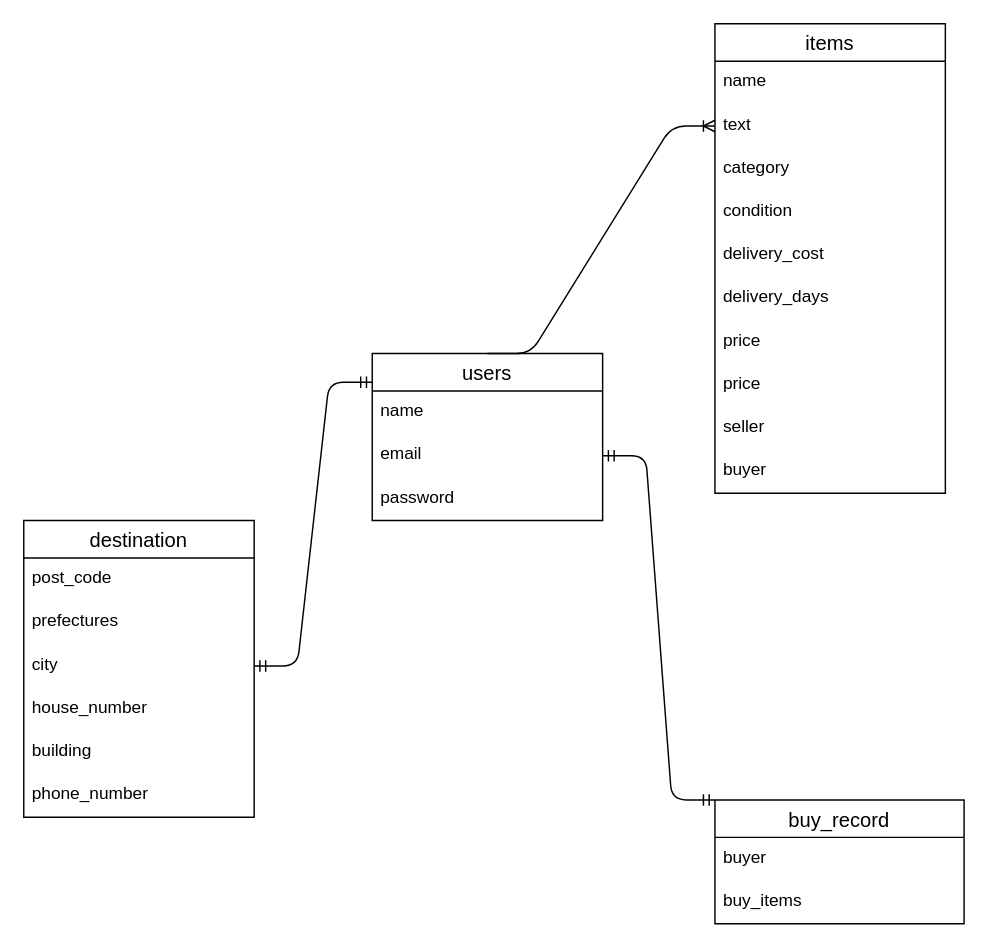
Before: test.dio in 7yugatateno1/furima-32171, a draw.io diagram. Source tidied: cells renumbered, new cells numbered last; positions are measured from the earlier drawing's top-left corner, leaving out a move shared by most shapes. Both pictures are drawn from the tidied source at 144%, with x=0, y=0 at pixel (23, 23).
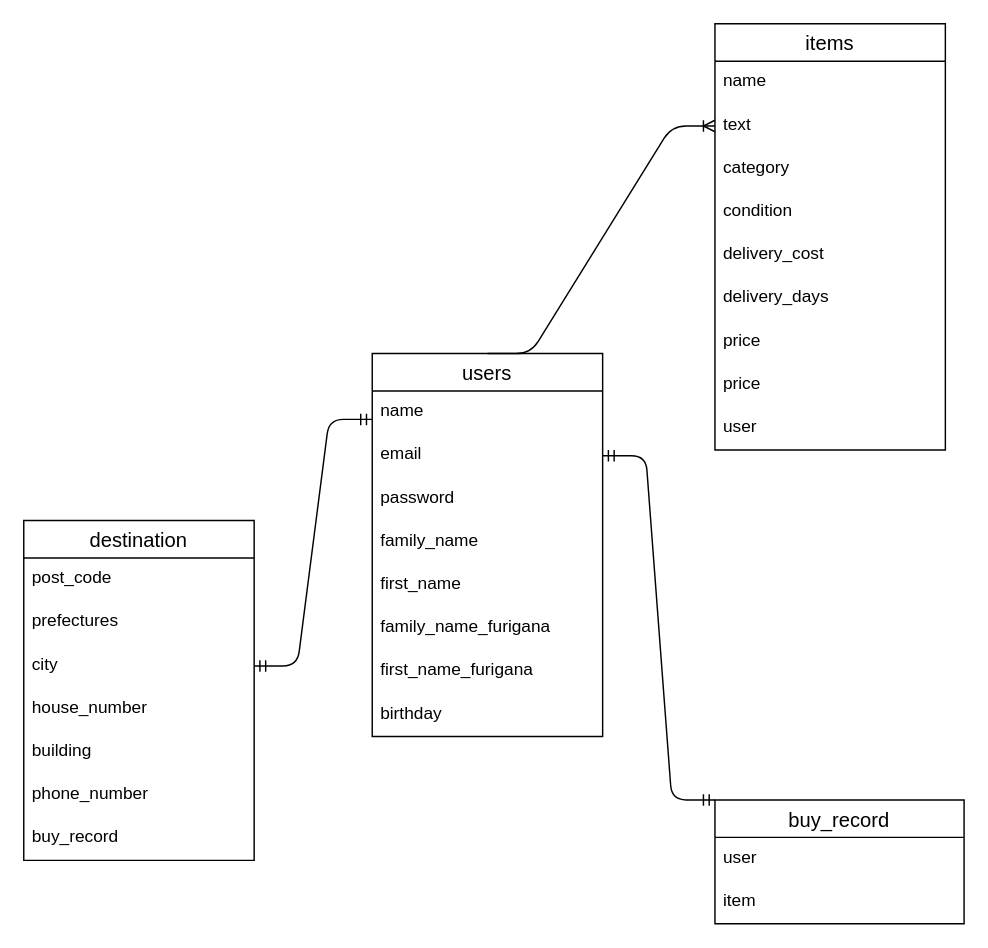
The same diagram, later.

Commit message (it also covers changes not shown here):
テーブル設計修正

The change refers to these unchanged cells:
```xml
<mxCell id="17" value="buy_record" style="swimlane;fontStyle=0;horizontal=1;startSize=26;align=center;fontSize=14;" parent="1" vertex="1">
  <mxGeometry x="480" y="539" width="173" height="86" as="geometry" />
</mxCell>
```

What changed in the source:
```diff
@@
     <mxCell id="2" value="users" style="swimlane;fontStyle=0;horizontal=1;startSize=26;align=center;fontSize=14;" parent="1" vertex="1">
-      <mxGeometry x="242" y="229" width="160" height="116" as="geometry" />
+      <mxGeometry x="242" y="229" width="160" height="266" as="geometry" />
     </mxCell>
@@
+    <mxCell id="30" value="family_name" style="text;strokeColor=none;fillColor=none;spacingLeft=4;spacingRight=4;overflow=hidden;fontSize=12;" parent="2" vertex="1">
+      <mxGeometry y="116" width="160" height="30" as="geometry" />
+    </mxCell>
+    <mxCell id="31" value="first_name" style="text;strokeColor=none;fillColor=none;spacingLeft=4;spacingRight=4;overflow=hidden;fontSize=12;" parent="2" vertex="1">
+      <mxGeometry y="146" width="160" height="30" as="geometry" />
+    </mxCell>
+    <mxCell id="32" value="family_name_furigana" style="text;strokeColor=none;fillColor=none;spacingLeft=4;spacingRight=4;overflow=hidden;fontSize=12;" parent="2" vertex="1">
+      <mxGeometry y="176" width="160" height="30" as="geometry" />
+    </mxCell>
+    <mxCell id="33" value="first_name_furigana" style="text;strokeColor=none;fillColor=none;spacingLeft=4;spacingRight=4;overflow=hidden;fontSize=12;" parent="2" vertex="1">
+      <mxGeometry y="206" width="160" height="30" as="geometry" />
+    </mxCell>
+    <mxCell id="34" value="birthday" style="text;strokeColor=none;fillColor=none;spacingLeft=4;spacingRight=4;overflow=hidden;fontSize=12;" parent="2" vertex="1">
+      <mxGeometry y="236" width="160" height="30" as="geometry" />
+    </mxCell>
     <mxCell id="6" value="items" style="swimlane;fontStyle=0;horizontal=1;startSize=26;align=center;fontSize=14;" parent="1" vertex="1">
-      <mxGeometry x="480" width="160" height="326" as="geometry" />
+      <mxGeometry x="480" width="160" height="296" as="geometry" />
     </mxCell>
@@
-    <mxCell id="15" value="seller&#10;" style="text;strokeColor=none;fillColor=none;spacingLeft=4;spacingRight=4;overflow=hidden;fontSize=12;" parent="6" vertex="1">
+    <mxCell id="15" value="user" style="text;strokeColor=none;fillColor=none;spacingLeft=4;spacingRight=4;overflow=hidden;fontSize=12;" parent="6" vertex="1">
       <mxGeometry y="266" width="160" height="30" as="geometry" />
     </mxCell>
-    <mxCell id="16" value="buyer" style="text;strokeColor=none;fillColor=none;spacingLeft=4;spacingRight=4;overflow=hidden;fontSize=12;" parent="6" vertex="1">
-      <mxGeometry y="296" width="160" height="30" as="geometry" />
-    </mxCell>
@@
-    <mxCell id="18" value="buyer" style="text;strokeColor=none;fillColor=none;spacingLeft=4;spacingRight=4;overflow=hidden;fontSize=12;" parent="17" vertex="1">
+    <mxCell id="18" value="user" style="text;strokeColor=none;fillColor=none;spacingLeft=4;spacingRight=4;overflow=hidden;fontSize=12;" parent="17" vertex="1">
       <mxGeometry y="26" width="173" height="30" as="geometry" />
     </mxCell>
-    <mxCell id="19" value="buy_items" style="text;strokeColor=none;fillColor=none;spacingLeft=4;spacingRight=4;overflow=hidden;fontSize=12;" parent="17" vertex="1">
+    <mxCell id="19" value="item" style="text;strokeColor=none;fillColor=none;spacingLeft=4;spacingRight=4;overflow=hidden;fontSize=12;" parent="17" vertex="1">
       <mxGeometry y="56" width="173" height="30" as="geometry" />
     </mxCell>
     <mxCell id="20" value="destination" style="swimlane;fontStyle=0;horizontal=1;startSize=26;align=center;fontSize=14;" parent="1" vertex="1">
-      <mxGeometry y="345" width="160" height="206" as="geometry" />
+      <mxGeometry y="345" width="160" height="236" as="geometry" />
     </mxCell>
@@
+    <mxCell id="35" value="buy_record" style="text;strokeColor=none;fillColor=none;spacingLeft=4;spacingRight=4;overflow=hidden;fontSize=12;" parent="20" vertex="1">
+      <mxGeometry y="206" width="160" height="30" as="geometry" />
+    </mxCell>
```
